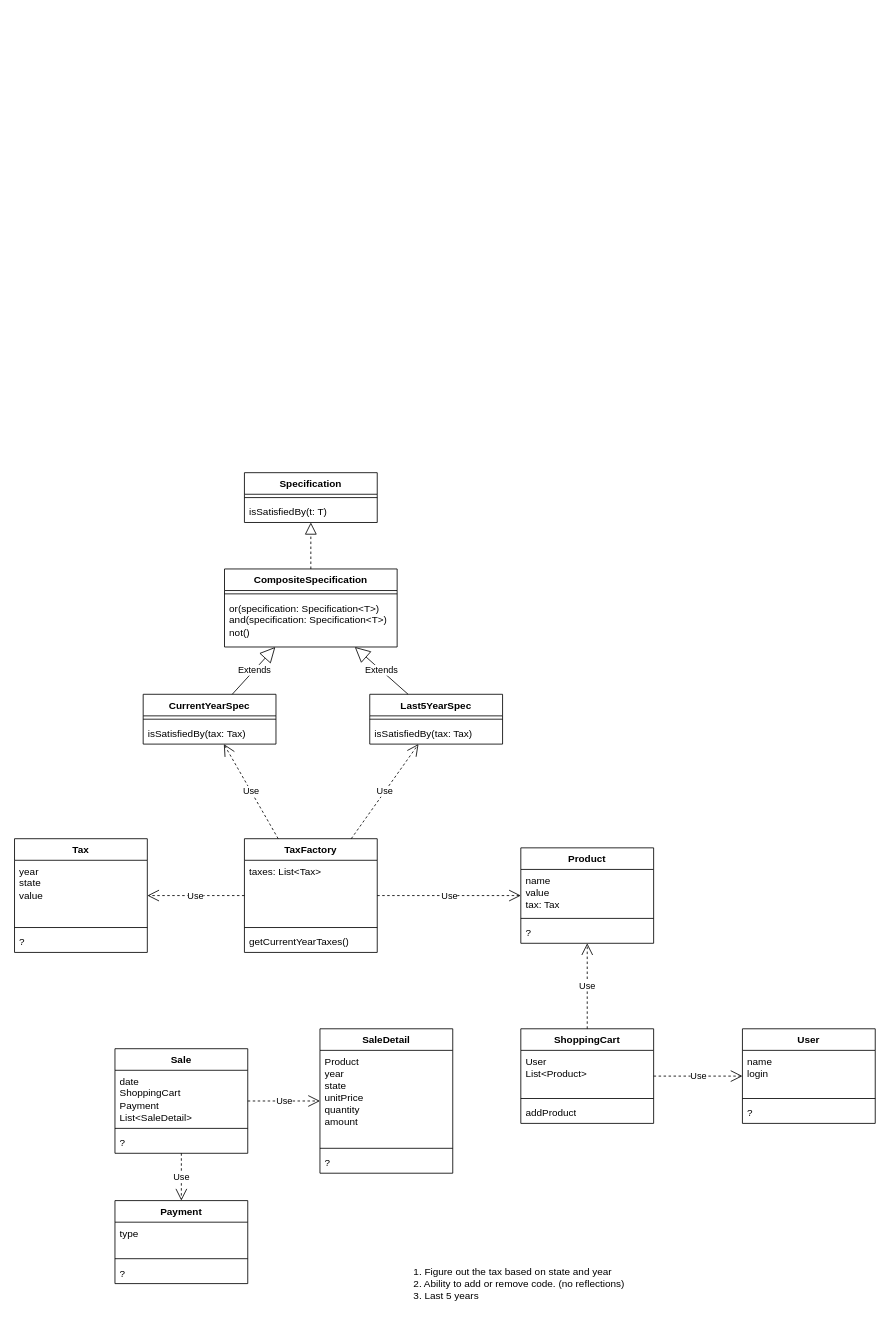
This is architecture/tax-system/class-diagram.drawio from codegik/pocs, a draw.io file, before an edit. Source tidied: cells renumbered, new cells numbered last; positions are measured from the earlier drawing's top-left corner, leaving out a move shared by most shapes. Both pictures are drawn from the tidied source at 83%, with x=0, y=0 at pixel (14, 472).
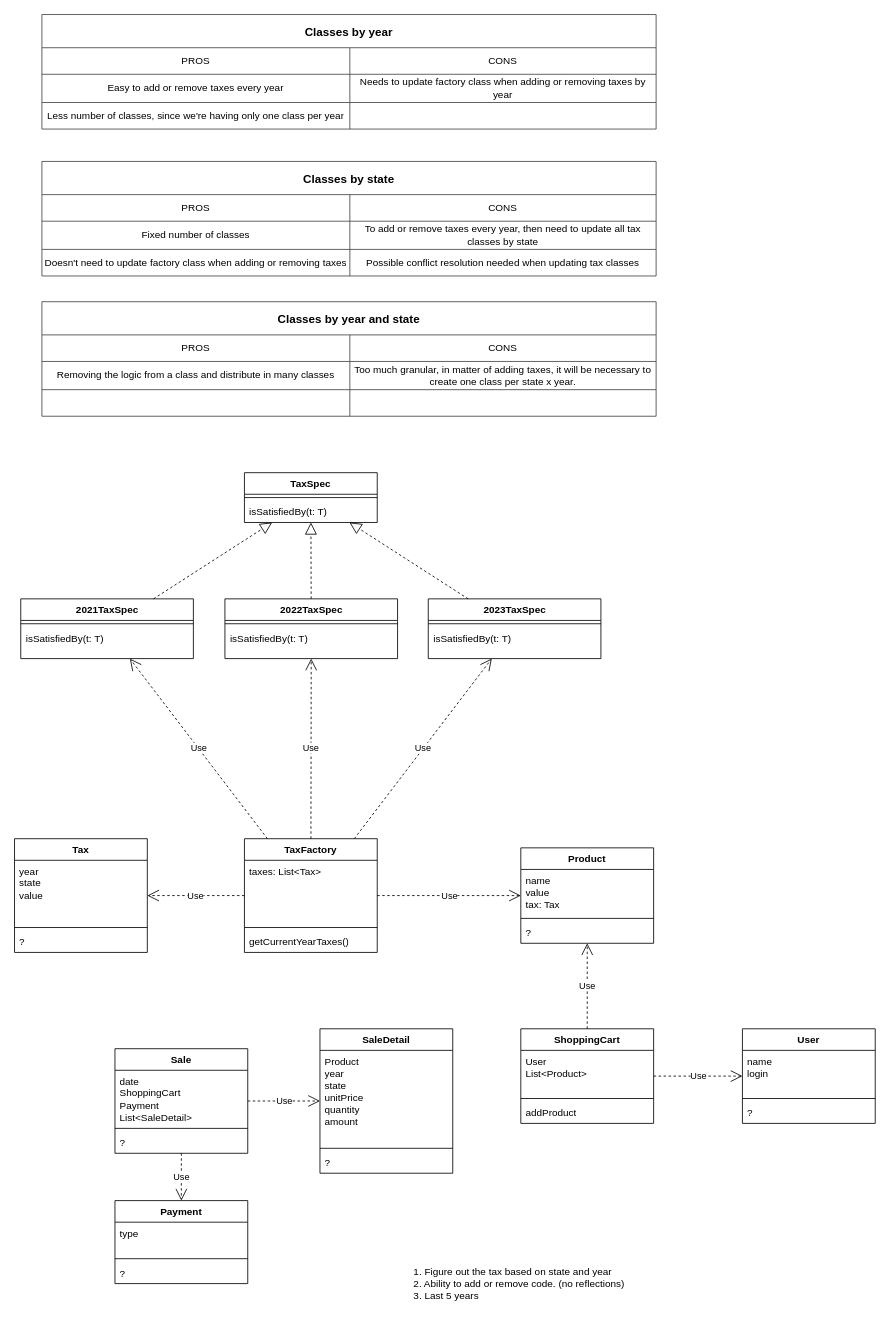
After the change.

Unchanged cells that the change refers to:
```xml
<mxCell id="6" value="TaxFactory" style="swimlane;fontStyle=1;align=center;verticalAlign=top;horizontal=1;startSize=26;whiteSpace=wrap;html=1;" parent="1" vertex="1">
  <mxGeometry x="277" y="441" width="160" height="137" as="geometry" />
</mxCell>
```

Diff of the diagram source:
```diff
@@
-    <mxCell id="40" value="CurrentYearSpec" style="swimlane;fontStyle=1;align=center;verticalAlign=top;horizontal=1;startSize=26;whiteSpace=wrap;html=1;" parent="1" vertex="1">
-      <mxGeometry x="155" y="267" width="160" height="60" as="geometry" />
-    </mxCell>
-    <mxCell id="41" style="line;strokeWidth=1;fillColor=none;align=left;verticalAlign=middle;spacingTop=-1;spacingLeft=3;spacingRight=3;labelPosition=right;strokeColor=inherit;" parent="40" vertex="1">
-      <mxGeometry y="26" width="160" height="8" as="geometry" />
-    </mxCell>
-    <mxCell id="42" value="isSatisfiedBy(tax: Tax)" style="text;strokeColor=none;fillColor=none;align=left;verticalAlign=top;spacingLeft=4;spacingRight=4;overflow=hidden;whiteSpace=wrap;html=1;" parent="40" vertex="1">
-      <mxGeometry y="34" width="160" height="26" as="geometry" />
-    </mxCell>
-    <mxCell id="43" value="Last5YearSpec" style="swimlane;fontStyle=1;align=center;verticalAlign=top;horizontal=1;startSize=26;whiteSpace=wrap;html=1;" parent="1" vertex="1">
-      <mxGeometry x="428" y="267" width="160" height="60" as="geometry" />
-    </mxCell>
-    <mxCell id="44" style="line;strokeWidth=1;fillColor=none;align=left;verticalAlign=middle;spacingTop=-1;spacingLeft=3;spacingRight=3;labelPosition=right;strokeColor=inherit;" parent="43" vertex="1">
-      <mxGeometry y="26" width="160" height="8" as="geometry" />
-    </mxCell>
-    <mxCell id="45" value="isSatisfiedBy(tax: Tax)" style="text;strokeColor=none;fillColor=none;align=left;verticalAlign=top;spacingLeft=4;spacingRight=4;overflow=hidden;whiteSpace=wrap;html=1;" parent="43" vertex="1">
-      <mxGeometry y="34" width="160" height="26" as="geometry" />
-    </mxCell>
-    <mxCell id="46" value="Specification" style="swimlane;fontStyle=1;align=center;verticalAlign=top;horizontal=1;startSize=26;whiteSpace=wrap;html=1;" parent="1" vertex="1">
+    <mxCell id="46" value="TaxSpec" style="swimlane;fontStyle=1;align=center;verticalAlign=top;horizontal=1;startSize=26;whiteSpace=wrap;html=1;" parent="1" vertex="1">
       <mxGeometry x="277" width="160" height="60" as="geometry" />
     </mxCell>
@@
-    <mxCell id="49" value="CompositeSpecification" style="swimlane;fontStyle=1;align=center;verticalAlign=top;horizontal=1;startSize=26;whiteSpace=wrap;html=1;" parent="1" vertex="1">
-      <mxGeometry x="253" y="116" width="208" height="94" as="geometry" />
+    <mxCell id="49" value="2023TaxSpec" style="swimlane;fontStyle=1;align=center;verticalAlign=top;horizontal=1;startSize=26;whiteSpace=wrap;html=1;" parent="1" vertex="1">
+      <mxGeometry x="498.5" y="152" width="208" height="72" as="geometry" />
     </mxCell>
@@
-    <mxCell id="51" value="&lt;div&gt;or(specification: Specification&amp;lt;T&amp;gt;)&lt;/div&gt;&lt;div&gt;and(specification: Specification&amp;lt;T&amp;gt;)&lt;br&gt;&lt;/div&gt;&lt;div&gt;not()&lt;br&gt;&lt;/div&gt;" style="text;strokeColor=none;fillColor=none;align=left;verticalAlign=top;spacingLeft=4;spacingRight=4;overflow=hidden;whiteSpace=wrap;html=1;" parent="49" vertex="1">
-      <mxGeometry y="34" width="208" height="60" as="geometry" />
+    <mxCell id="51" value="isSatisfiedBy(t: T)" style="text;strokeColor=none;fillColor=none;align=left;verticalAlign=top;spacingLeft=4;spacingRight=4;overflow=hidden;whiteSpace=wrap;html=1;" parent="49" vertex="1">
+      <mxGeometry y="34" width="208" height="38" as="geometry" />
     </mxCell>
-    <mxCell id="52" value="Extends" style="endArrow=block;endSize=16;endFill=0;html=1;rounded=0;" parent="1" edge="1" source="40" target="49">
-      <mxGeometry relative="1" as="geometry" />
-    </mxCell>
@@
-    <mxCell id="54" value="Extends" style="endArrow=block;endSize=16;endFill=0;html=1;rounded=0;" parent="1" edge="1" source="43" target="49">
-      <mxGeometry relative="1" as="geometry" />
-    </mxCell>
-    <mxCell id="55" value="Use" style="endArrow=open;endSize=12;dashed=1;html=1;rounded=0;" parent="1" edge="1" source="6" target="40">
+    <mxCell id="55" value="Use" style="endArrow=open;endSize=12;dashed=1;html=1;rounded=0;" parent="1" edge="1" source="6" target="61">
       <mxGeometry relative="1" as="geometry" />
     </mxCell>
-    <mxCell id="56" value="Use" style="endArrow=open;endSize=12;dashed=1;html=1;rounded=0;" parent="1" edge="1" source="6" target="43">
+    <mxCell id="56" value="Use" style="endArrow=open;endSize=12;dashed=1;html=1;rounded=0;" parent="1" edge="1" source="6" target="49">
       <mxGeometry relative="1" as="geometry" />
     </mxCell>
@@
+    <mxCell id="58" value="2022TaxSpec" style="swimlane;fontStyle=1;align=center;verticalAlign=top;horizontal=1;startSize=26;whiteSpace=wrap;html=1;" parent="1" vertex="1">
+      <mxGeometry x="253.5" y="152" width="208" height="72" as="geometry" />
+    </mxCell>
+    <mxCell id="59" style="line;strokeWidth=1;fillColor=none;align=left;verticalAlign=middle;spacingTop=-1;spacingLeft=3;spacingRight=3;labelPosition=right;strokeColor=inherit;" parent="58" vertex="1">
+      <mxGeometry y="26" width="208" height="8" as="geometry" />
+    </mxCell>
+    <mxCell id="60" value="isSatisfiedBy(t: T)" style="text;strokeColor=none;fillColor=none;align=left;verticalAlign=top;spacingLeft=4;spacingRight=4;overflow=hidden;whiteSpace=wrap;html=1;" parent="58" vertex="1">
+      <mxGeometry y="34" width="208" height="38" as="geometry" />
+    </mxCell>
+    <mxCell id="61" value="2021TaxSpec" style="swimlane;fontStyle=1;align=center;verticalAlign=top;horizontal=1;startSize=26;whiteSpace=wrap;html=1;" parent="1" vertex="1">
+      <mxGeometry x="7.5" y="152" width="208" height="72" as="geometry" />
+    </mxCell>
+    <mxCell id="62" style="line;strokeWidth=1;fillColor=none;align=left;verticalAlign=middle;spacingTop=-1;spacingLeft=3;spacingRight=3;labelPosition=right;strokeColor=inherit;" parent="61" vertex="1">
+      <mxGeometry y="26" width="208" height="8" as="geometry" />
+    </mxCell>
+    <mxCell id="63" value="isSatisfiedBy(t: T)" style="text;strokeColor=none;fillColor=none;align=left;verticalAlign=top;spacingLeft=4;spacingRight=4;overflow=hidden;whiteSpace=wrap;html=1;" parent="61" vertex="1">
+      <mxGeometry y="34" width="208" height="38" as="geometry" />
+    </mxCell>
+    <mxCell id="64" style="endArrow=block;dashed=1;endFill=0;endSize=12;html=1;rounded=0;" parent="1" edge="1" source="58" target="46">
+      <mxGeometry relative="1" as="geometry" />
+    </mxCell>
+    <mxCell id="65" style="endArrow=block;dashed=1;endFill=0;endSize=12;html=1;rounded=0;" parent="1" edge="1" source="61" target="46">
+      <mxGeometry relative="1" as="geometry" />
+    </mxCell>
+    <mxCell id="66" value="Use" style="endArrow=open;endSize=12;dashed=1;html=1;rounded=0;" parent="1" edge="1" source="6" target="58">
+      <mxGeometry relative="1" as="geometry" />
+    </mxCell>
+    <mxCell id="67" value="Classes by year" style="shape=table;startSize=40;childLayout=tableLayout;fontStyle=1;fontSize=14;strokeColor=#434343;" parent="1" vertex="1">
+      <mxGeometry x="33" y="-552" width="740" height="138" as="geometry" />
+    </mxCell>
+    <mxCell id="68" style="shape=tableRow;horizontal=0;startSize=0;swimlaneHead=0;swimlaneBody=0;strokeColor=inherit;top=0;left=0;bottom=0;right=0;fillColor=none;" parent="67" vertex="1">
+      <mxGeometry y="40" width="740" height="32" as="geometry" />
+    </mxCell>
+    <mxCell id="69" value="PROS" style="shape=partialRectangle;html=1;whiteSpace=wrap;strokeColor=inherit;overflow=hidden;fillColor=none;top=0;left=0;bottom=0;right=0;" parent="68" vertex="1">
+      <mxGeometry width="371" height="32" as="geometry" />
+    </mxCell>
+    <mxCell id="70" value="CONS" style="shape=partialRectangle;html=1;whiteSpace=wrap;strokeColor=inherit;overflow=hidden;fillColor=none;top=0;left=0;bottom=0;right=0;" parent="68" vertex="1">
+      <mxGeometry x="371" width="369" height="32" as="geometry" />
+    </mxCell>
+    <mxCell id="71" style="shape=tableRow;horizontal=0;startSize=0;swimlaneHead=0;swimlaneBody=0;strokeColor=inherit;top=0;left=0;bottom=0;right=0;fillColor=none;" parent="67" vertex="1">
+      <mxGeometry y="72" width="740" height="34" as="geometry" />
+    </mxCell>
+    <mxCell id="72" value="Easy to add or remove taxes every year" style="shape=partialRectangle;html=1;whiteSpace=wrap;strokeColor=inherit;overflow=hidden;fillColor=none;top=0;left=0;bottom=0;right=0;" parent="71" vertex="1">
+      <mxGeometry width="371" height="34" as="geometry" />
+    </mxCell>
+    <mxCell id="73" value="Needs to update factory class when adding or removing taxes by year" style="shape=partialRectangle;html=1;whiteSpace=wrap;strokeColor=inherit;overflow=hidden;fillColor=none;top=0;left=0;bottom=0;right=0;" parent="71" vertex="1">
+      <mxGeometry x="371" width="369" height="34" as="geometry" />
+    </mxCell>
+    <mxCell id="74" style="shape=tableRow;horizontal=0;startSize=0;swimlaneHead=0;swimlaneBody=0;strokeColor=inherit;top=0;left=0;bottom=0;right=0;fillColor=none;" parent="67" vertex="1">
+      <mxGeometry y="106" width="740" height="32" as="geometry" />
+    </mxCell>
+    <mxCell id="75" value="&lt;div&gt;Less number of classes, since we're having only one class per year&lt;/div&gt;" style="shape=partialRectangle;html=1;whiteSpace=wrap;strokeColor=inherit;overflow=hidden;fillColor=none;top=0;left=0;bottom=0;right=0;" parent="74" vertex="1">
+      <mxGeometry width="371" height="32" as="geometry" />
+    </mxCell>
+    <mxCell id="76" style="shape=partialRectangle;html=1;whiteSpace=wrap;strokeColor=inherit;overflow=hidden;fillColor=none;top=0;left=0;bottom=0;right=0;" parent="74" vertex="1">
+      <mxGeometry x="371" width="369" height="32" as="geometry" />
+    </mxCell>
+    <mxCell id="77" value="Classes by state" style="shape=table;startSize=40;childLayout=tableLayout;fontStyle=1;fontSize=14;strokeColor=#434343;" parent="1" vertex="1">
+      <mxGeometry x="33" y="-375" width="740" height="138" as="geometry" />
+    </mxCell>
+    <mxCell id="78" style="shape=tableRow;horizontal=0;startSize=0;swimlaneHead=0;swimlaneBody=0;strokeColor=inherit;top=0;left=0;bottom=0;right=0;fillColor=none;" parent="77" vertex="1">
+      <mxGeometry y="40" width="740" height="32" as="geometry" />
+    </mxCell>
+    <mxCell id="79" value="PROS" style="shape=partialRectangle;html=1;whiteSpace=wrap;strokeColor=inherit;overflow=hidden;fillColor=none;top=0;left=0;bottom=0;right=0;" parent="78" vertex="1">
+      <mxGeometry width="371" height="32" as="geometry" />
+    </mxCell>
+    <mxCell id="80" value="CONS" style="shape=partialRectangle;html=1;whiteSpace=wrap;strokeColor=inherit;overflow=hidden;fillColor=none;top=0;left=0;bottom=0;right=0;" parent="78" vertex="1">
+      <mxGeometry x="371" width="369" height="32" as="geometry" />
+    </mxCell>
+    <mxCell id="81" style="shape=tableRow;horizontal=0;startSize=0;swimlaneHead=0;swimlaneBody=0;strokeColor=inherit;top=0;left=0;bottom=0;right=0;fillColor=none;" parent="77" vertex="1">
+      <mxGeometry y="72" width="740" height="34" as="geometry" />
+    </mxCell>
+    <mxCell id="82" value="Fixed number of classes" style="shape=partialRectangle;html=1;whiteSpace=wrap;strokeColor=inherit;overflow=hidden;fillColor=none;top=0;left=0;bottom=0;right=0;" parent="81" vertex="1">
+      <mxGeometry width="371" height="34" as="geometry" />
+    </mxCell>
+    <mxCell id="83" value="To add or remove taxes every year, then need to update all tax classes by state" style="shape=partialRectangle;html=1;whiteSpace=wrap;strokeColor=inherit;overflow=hidden;fillColor=none;top=0;left=0;bottom=0;right=0;" parent="81" vertex="1">
+      <mxGeometry x="371" width="369" height="34" as="geometry" />
+    </mxCell>
+    <mxCell id="84" style="shape=tableRow;horizontal=0;startSize=0;swimlaneHead=0;swimlaneBody=0;strokeColor=inherit;top=0;left=0;bottom=0;right=0;fillColor=none;" parent="77" vertex="1">
+      <mxGeometry y="106" width="740" height="32" as="geometry" />
+    </mxCell>
+    <mxCell id="85" value="Doesn't need to update factory class when adding or removing taxes" style="shape=partialRectangle;html=1;whiteSpace=wrap;strokeColor=inherit;overflow=hidden;fillColor=none;top=0;left=0;bottom=0;right=0;" parent="84" vertex="1">
+      <mxGeometry width="371" height="32" as="geometry" />
+    </mxCell>
+    <mxCell id="86" value="Possible conflict resolution needed when updating tax classes" style="shape=partialRectangle;html=1;whiteSpace=wrap;strokeColor=inherit;overflow=hidden;fillColor=none;top=0;left=0;bottom=0;right=0;" parent="84" vertex="1">
+      <mxGeometry x="371" width="369" height="32" as="geometry" />
+    </mxCell>
+    <mxCell id="87" value="Classes by year and state" style="shape=table;startSize=40;childLayout=tableLayout;fontStyle=1;fontSize=14;strokeColor=#434343;" parent="1" vertex="1">
+      <mxGeometry x="33" y="-206" width="740" height="138" as="geometry" />
+    </mxCell>
+    <mxCell id="88" style="shape=tableRow;horizontal=0;startSize=0;swimlaneHead=0;swimlaneBody=0;strokeColor=inherit;top=0;left=0;bottom=0;right=0;fillColor=none;" parent="87" vertex="1">
+      <mxGeometry y="40" width="740" height="32" as="geometry" />
+    </mxCell>
+    <mxCell id="89" value="PROS" style="shape=partialRectangle;html=1;whiteSpace=wrap;strokeColor=inherit;overflow=hidden;fillColor=none;top=0;left=0;bottom=0;right=0;" parent="88" vertex="1">
+      <mxGeometry width="371" height="32" as="geometry" />
+    </mxCell>
+    <mxCell id="90" value="CONS" style="shape=partialRectangle;html=1;whiteSpace=wrap;strokeColor=inherit;overflow=hidden;fillColor=none;top=0;left=0;bottom=0;right=0;" parent="88" vertex="1">
+      <mxGeometry x="371" width="369" height="32" as="geometry" />
+    </mxCell>
+    <mxCell id="91" style="shape=tableRow;horizontal=0;startSize=0;swimlaneHead=0;swimlaneBody=0;strokeColor=inherit;top=0;left=0;bottom=0;right=0;fillColor=none;" parent="87" vertex="1">
+      <mxGeometry y="72" width="740" height="34" as="geometry" />
+    </mxCell>
+    <mxCell id="92" value="Removing the logic from a class and distribute in many classes" style="shape=partialRectangle;html=1;whiteSpace=wrap;strokeColor=inherit;overflow=hidden;fillColor=none;top=0;left=0;bottom=0;right=0;" parent="91" vertex="1">
+      <mxGeometry width="371" height="34" as="geometry" />
+    </mxCell>
+    <mxCell id="93" value="Too much granular, in matter of adding taxes, it will be necessary to create one class per state x year." style="shape=partialRectangle;html=1;whiteSpace=wrap;strokeColor=inherit;overflow=hidden;fillColor=none;top=0;left=0;bottom=0;right=0;" parent="91" vertex="1">
+      <mxGeometry x="371" width="369" height="34" as="geometry" />
+    </mxCell>
+    <mxCell id="94" style="shape=tableRow;horizontal=0;startSize=0;swimlaneHead=0;swimlaneBody=0;strokeColor=inherit;top=0;left=0;bottom=0;right=0;fillColor=none;" parent="87" vertex="1">
+      <mxGeometry y="106" width="740" height="32" as="geometry" />
+    </mxCell>
+    <mxCell id="95" style="shape=partialRectangle;html=1;whiteSpace=wrap;strokeColor=inherit;overflow=hidden;fillColor=none;top=0;left=0;bottom=0;right=0;" parent="94" vertex="1">
+      <mxGeometry width="371" height="32" as="geometry" />
+    </mxCell>
+    <mxCell id="96" style="shape=partialRectangle;html=1;whiteSpace=wrap;strokeColor=inherit;overflow=hidden;fillColor=none;top=0;left=0;bottom=0;right=0;" parent="94" vertex="1">
+      <mxGeometry x="371" width="369" height="32" as="geometry" />
+    </mxCell>
```
